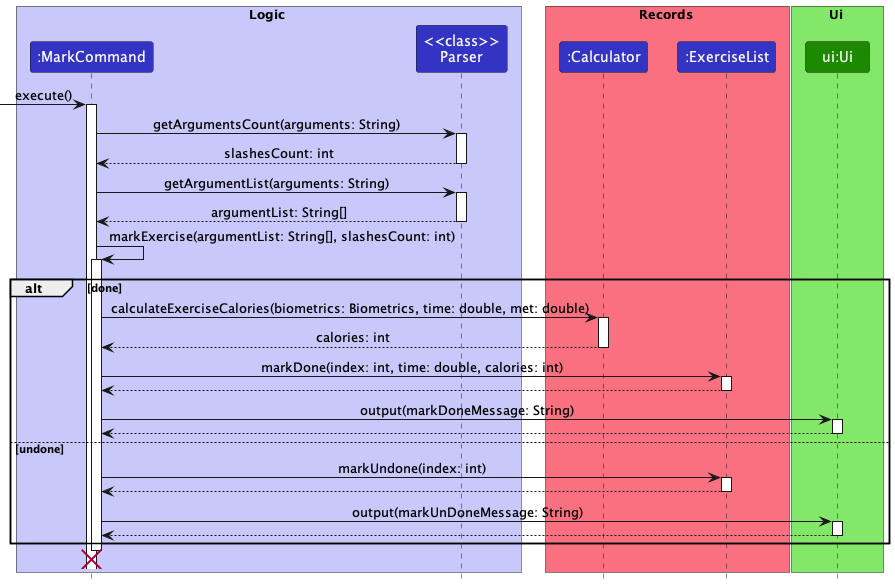
nus-cs2113-AY2223S1/tp keeps this PlantUML diagram as docs/UmlDiagrams/MarkExercise.png. Above is the earlier version.
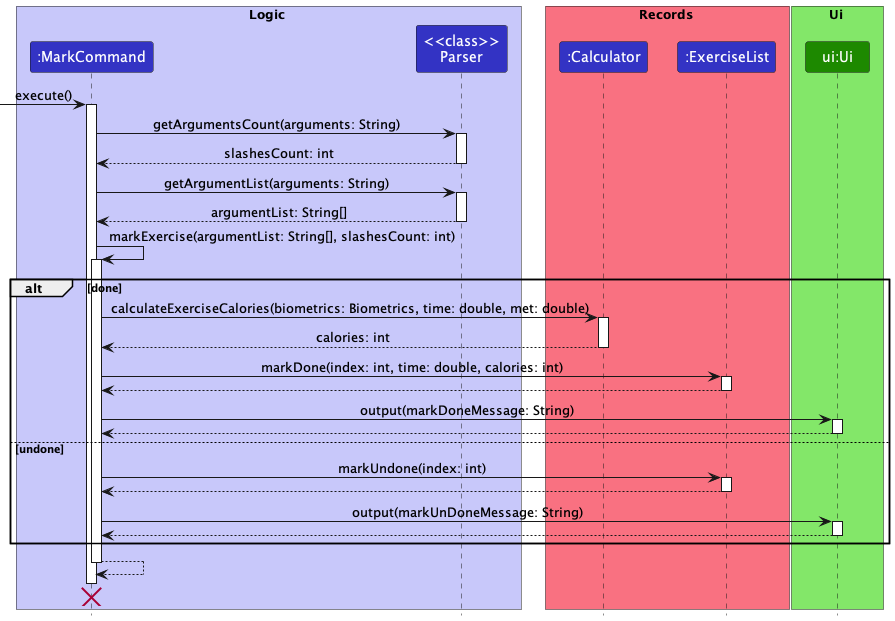
After the change.

Diff of the diagram source:
```diff
@@ -1,11 +1,9 @@
 @startuml
 !include style.puml
 
-autoActivate on
-
 box Logic LOGIC_COLOR_T1
 participant ":MarkCommand" as MarkCommand LOGIC_COLOR
-participant "<<class>>\nParser" as parser LOGIC_COLOR
+participant "<<class>>\nParser" as Parser LOGIC_COLOR
 end box
 
 box Records RECORD_COLOR_T1
@@ -18,27 +16,33 @@
 end box
 
 [-> MarkCommand : execute()
-MarkCommand -> parser: getArgumentsCount(arguments: String)
+activate MarkCommand
+MarkCommand -> Parser++: getArgumentsCount(arguments: String)
 return slashesCount: int
-MarkCommand -> parser: getArgumentList(arguments: String)
+MarkCommand -> Parser++: getArgumentList(arguments: String)
 return argumentList: String[]
 
-MarkCommand -> MarkCommand : markExercise(argumentList: String[], slashesCount: int)
+MarkCommand -> MarkCommand++ : markExercise(argumentList: String[], slashesCount: int)
 
 alt done
-MarkCommand -> Calculator : calculateExerciseCalories(biometrics: Biometrics, time: double, met: double)
+MarkCommand -> Calculator++ : calculateExerciseCalories(biometrics: Biometrics, time: double, met: double)
 return calories: int
-MarkCommand -> ExerciseList: markDone(index: int, time: double, calories: int)
+MarkCommand -> ExerciseList++: markDone(index: int, time: double, calories: int)
 return
-MarkCommand -> Ui:output(markDoneMessage: String)
+MarkCommand -> Ui++ :output(markDoneMessage: String)
 return
 else undone
-MarkCommand -> ExerciseList : markUndone(index: int)
+MarkCommand -> ExerciseList++ : markUndone(index: int)
 return
-MarkCommand -> Ui : output(markUnDoneMessage: String)
+MarkCommand -> Ui++ : output(markUnDoneMessage: String)
+return
+end
 return
 
-end
+MarkCommand -[hidden]-> Ui
+deactivate MarkCommand
+MarkCommand -[hidden]-> Ui
 
+deactivate Ui
 destroy MarkCommand
 @enduml
```
